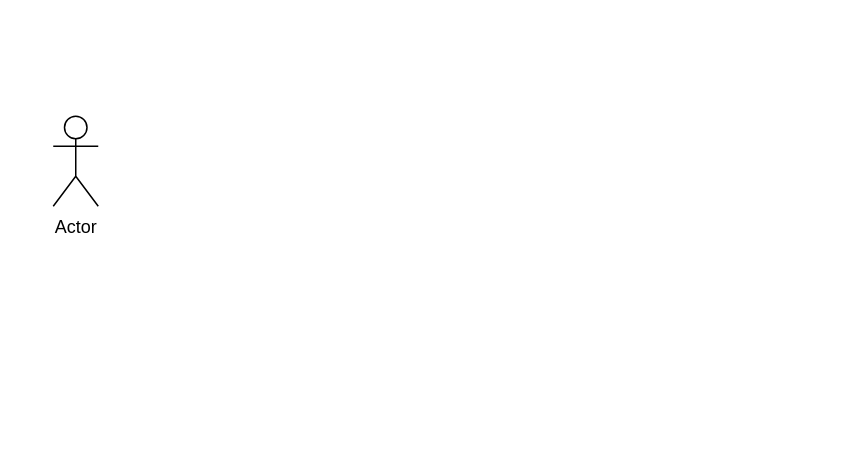
Earlier version of the draw.io diagram Untitled Diagram.drawio (YingSi163/Effy). Source tidied: cells renumbered, new cells numbered last; positions are measured from the earlier drawing's top-left corner, leaving out a move shared by most shapes. Both pictures are drawn from the tidied source at 150%, with x=0, y=0 at pixel (52, 116).
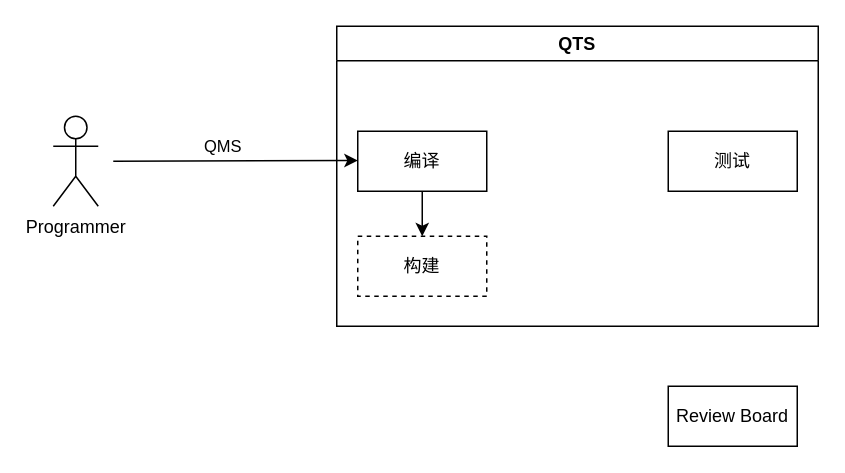
The same diagram, later.

Diff of the diagram source:
```diff
@@
 <mxGraphModel>
   <root>
     <mxCell id="0" />
     <mxCell id="1" parent="0" />
-    <mxCell id="2" value="Actor" style="shape=umlActor;verticalLabelPosition=bottom;verticalAlign=top;html=1;" parent="1" vertex="1">
+    <mxCell id="2" value="Programmer" style="shape=umlActor;verticalLabelPosition=bottom;verticalAlign=top;html=1;" parent="1" vertex="1">
       <mxGeometry width="30" height="60" as="geometry" />
     </mxCell>
+    <mxCell id="3" value="QTS" style="swimlane;" parent="1" vertex="1">
+      <mxGeometry x="189" y="-60" width="321" height="200" as="geometry" />
+    </mxCell>
+    <mxCell id="4" style="edgeStyle=orthogonalEdgeStyle;rounded=0;jettySize=auto;html=1;" parent="3" edge="1" source="5" target="7">
+      <mxGeometry relative="1" as="geometry" />
+    </mxCell>
+    <mxCell id="5" value="编译" style="whiteSpace=wrap;html=1;" parent="3" vertex="1">
+      <mxGeometry x="14" y="70" width="86" height="40" as="geometry" />
+    </mxCell>
+    <mxCell id="6" value="测试" style="whiteSpace=wrap;html=1;" parent="3" vertex="1">
+      <mxGeometry x="221" y="70" width="86" height="40" as="geometry" />
+    </mxCell>
+    <mxCell id="7" value="构建" style="whiteSpace=wrap;html=1;dashed=1;" parent="3" vertex="1">
+      <mxGeometry x="14" y="140" width="86" height="40" as="geometry" />
+    </mxCell>
+    <mxCell id="8" style="endArrow=classic;html=1;rounded=0;" parent="3" edge="1">
+      <mxGeometry relative="1" as="geometry">
+        <mxPoint x="-149" y="90" as="sourcePoint" />
+        <mxPoint x="14" y="89.5" as="targetPoint" />
+      </mxGeometry>
+    </mxCell>
+    <mxCell id="9" value="QMS" style="edgeLabel;html=1;align=center;verticalAlign=middle;" parent="8" vertex="1">
+      <mxGeometry x="-0.24" y="2" relative="1" as="geometry">
+        <mxPoint x="11" y="-8" as="offset" />
+      </mxGeometry>
+    </mxCell>
+    <mxCell id="10" value="Review Board" style="whiteSpace=wrap;html=1;" parent="1" vertex="1">
+      <mxGeometry x="410" y="180" width="86" height="40" as="geometry" />
+    </mxCell>
   </root>
 </mxGraphModel>
```
